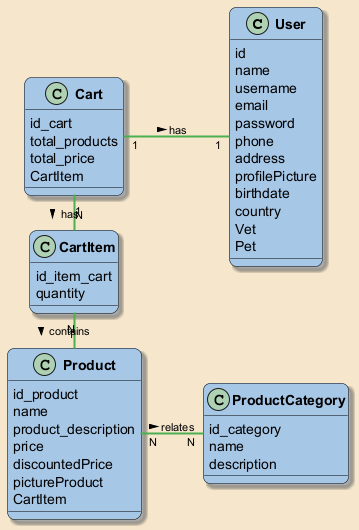
Above: src/public/diagram.png in Vet-Up/tienda-back (PlantUML), before the change.
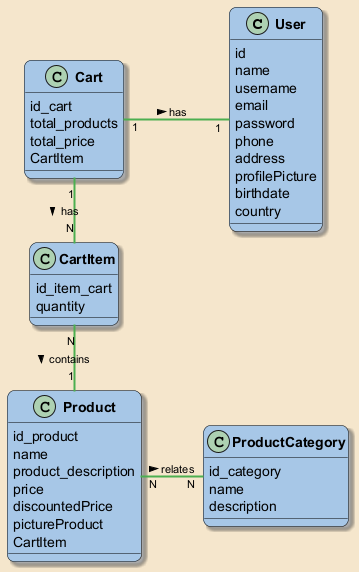
After the commit.

Change to the diagram source:
```diff
@@ -11,7 +11,7 @@
 skinparam classArrowThickness 2
 skinparam classArrowFontColor black
 skinparam classArrowFontSize 11
-skinparam nodesep 20
+skinparam nodesep 50
 skinparam ranksep 5
 
 
@@ -28,8 +28,6 @@
     profilePicture
     birthdate
     country
-    Vet
-    Pet
 
 }
 
```
